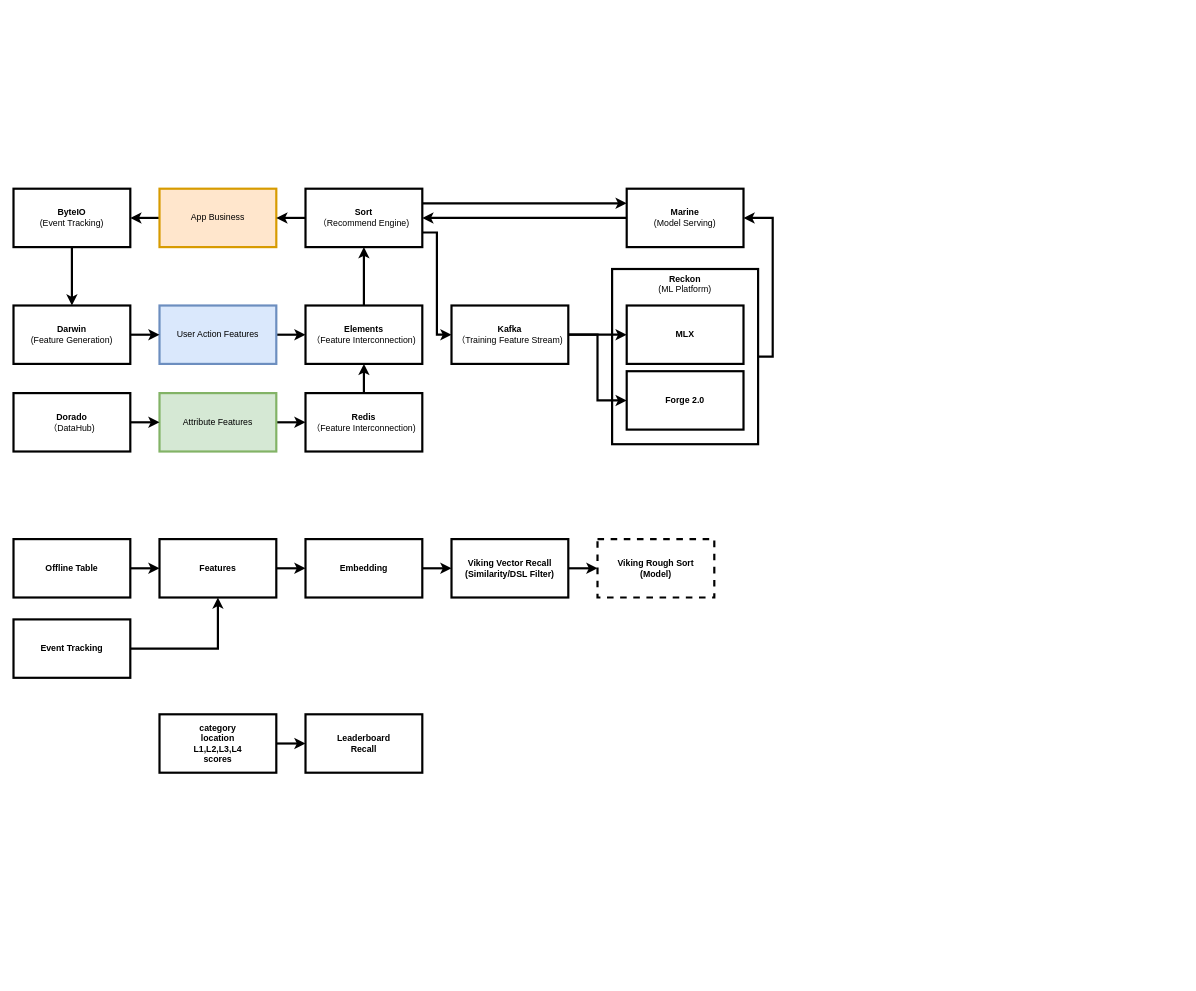
Above: product/RankStage.drawio in kleon1024/draw (draw.io), before the change. Source tidied: cells renumbered, new cells numbered last; positions are measured from the earlier drawing's top-left corner, leaving out a move shared by most shapes. Both pictures are drawn from the tidied source at 73%, with x=0, y=0 at pixel (13, 188).
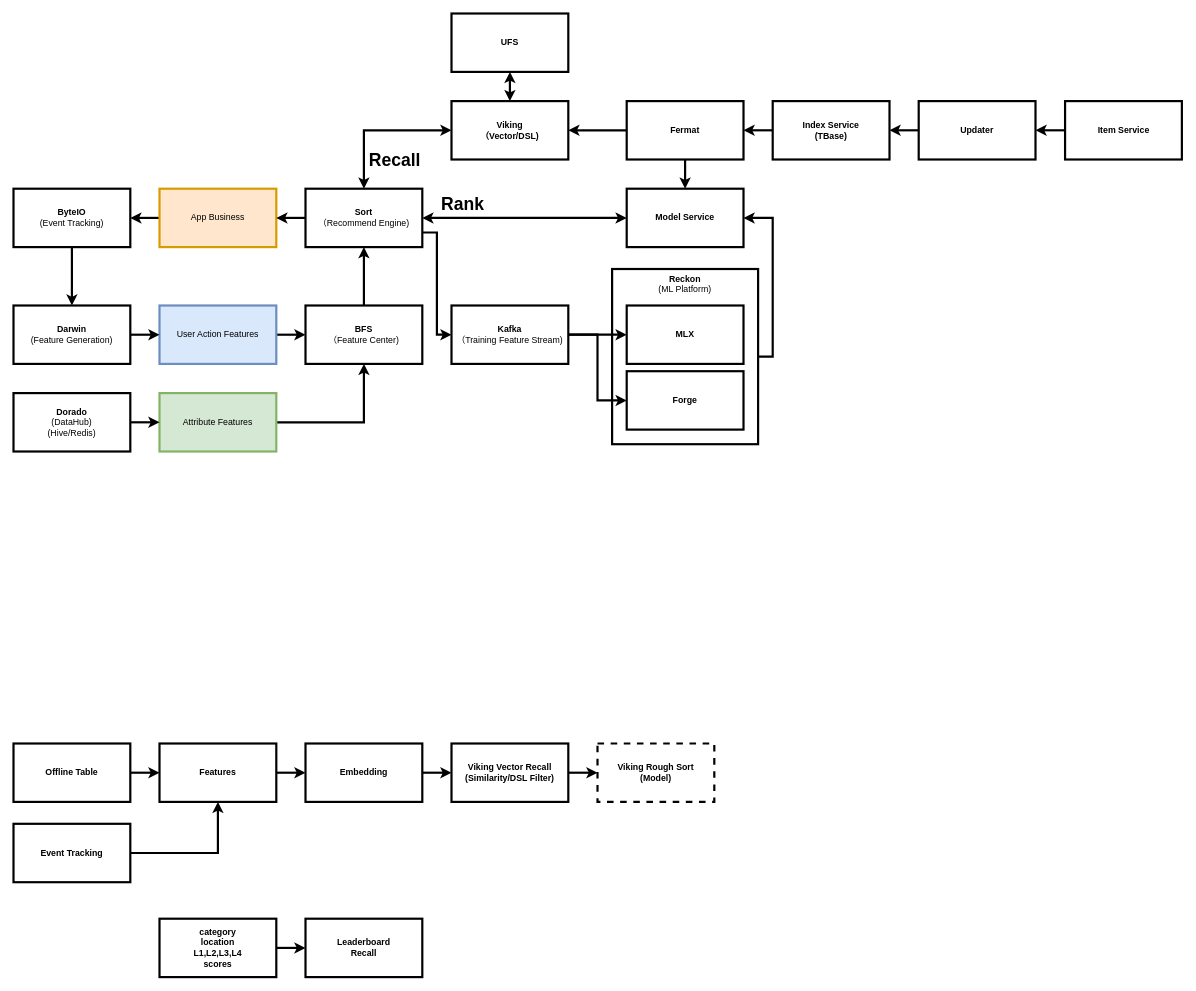
The same diagram, later.

Unchanged cells that the change refers to:
```xml
<mxCell id="2" style="group;" parent="1" vertex="1">
  <mxGeometry x="820" y="110" width="200" height="240" as="geometry" />
</mxCell>
<mxCell id="9" value="Attribute Features" style="rounded=0;whiteSpace=wrap;html=1;strokeWidth=3;fillColor=#d5e8d4;strokeColor=#82b366;" parent="1" vertex="1">
  <mxGeometry x="200" y="280" width="160" height="80" as="geometry" />
</mxCell>
<mxCell id="26" value="&lt;b&gt;Sort&lt;br&gt;&lt;/b&gt;（Recommend Engine)" style="rounded=0;whiteSpace=wrap;html=1;strokeWidth=3;" parent="1" vertex="1">
  <mxGeometry x="400" width="160" height="80" as="geometry" />
</mxCell>
<mxCell id="31" value="&lt;b&gt;Kafka&lt;br&gt;&lt;/b&gt;（Training Feature Stream)" style="rounded=0;whiteSpace=wrap;html=1;strokeWidth=3;" parent="1" vertex="1">
  <mxGeometry x="600" y="160" width="160" height="80" as="geometry" />
</mxCell>
```

Change to the diagram source:
```diff
@@
-    <mxCell id="5" value="&lt;b&gt;Forge 2.0&lt;/b&gt;" style="rounded=0;whiteSpace=wrap;html=1;strokeWidth=3;" parent="2" vertex="1">
+    <mxCell id="5" value="&lt;b&gt;Forge&lt;/b&gt;" style="rounded=0;whiteSpace=wrap;html=1;strokeWidth=3;" parent="2" vertex="1">
       <mxGeometry x="20" y="140" width="160" height="80" as="geometry" />
     </mxCell>
@@
-    <mxCell id="8" style="edgeStyle=orthogonalEdgeStyle;rounded=0;jettySize=auto;html=1;exitX=1;exitY=0.5;exitDx=0;exitDy=0;strokeWidth=3;fontColor=default;" parent="1" edge="1" source="9" target="28">
-      <mxGeometry relative="1" as="geometry" />
-    </mxCell>
+    <mxCell id="46" style="edgeStyle=orthogonalEdgeStyle;rounded=0;jettySize=auto;html=1;exitX=1;exitY=0.5;exitDx=0;exitDy=0;strokeWidth=3;fontSize=24;fontColor=default;startArrow=none;startFill=0;" parent="1" edge="1" source="9" target="15">
+      <mxGeometry relative="1" as="geometry" />
+    </mxCell>
@@
-    <mxCell id="15" value="&lt;b&gt;Elements&lt;/b&gt;&lt;br&gt;（Feature Interconnection)" style="rounded=0;whiteSpace=wrap;html=1;strokeWidth=3;" parent="1" vertex="1">
+    <mxCell id="15" value="&lt;b&gt;BFS&lt;/b&gt;&lt;br&gt;（Feature Center)" style="rounded=0;whiteSpace=wrap;html=1;strokeWidth=3;" parent="1" vertex="1">
       <mxGeometry x="400" y="160" width="160" height="80" as="geometry" />
     </mxCell>
@@
-    <mxCell id="17" value="&lt;b&gt;Dorado&lt;/b&gt;&lt;br&gt;（DataHub)" style="rounded=0;whiteSpace=wrap;html=1;strokeWidth=3;" parent="1" vertex="1">
+    <mxCell id="17" value="&lt;b&gt;Dorado&lt;/b&gt;&lt;br&gt;(DataHub)&lt;br&gt;(Hive/Redis)" style="rounded=0;whiteSpace=wrap;html=1;strokeWidth=3;align=center;" parent="1" vertex="1">
       <mxGeometry y="280" width="160" height="80" as="geometry" />
     </mxCell>
-    <mxCell id="18" style="edgeStyle=orthogonalEdgeStyle;rounded=0;jettySize=auto;html=1;exitX=0;exitY=0.5;exitDx=0;exitDy=0;entryX=1;entryY=0.5;entryDx=0;entryDy=0;strokeWidth=3;fontColor=default;" parent="1" edge="1" source="19" target="26">
-      <mxGeometry relative="1" as="geometry" />
-    </mxCell>
-    <mxCell id="19" value="&lt;b&gt;Marine&lt;br&gt;&lt;/b&gt;(Model Serving)" style="rounded=0;whiteSpace=wrap;html=1;strokeWidth=3;" parent="1" vertex="1">
+    <mxCell id="19" value="&lt;b&gt;Model Service&lt;/b&gt;" style="rounded=0;whiteSpace=wrap;html=1;strokeWidth=3;" parent="1" vertex="1">
       <mxGeometry x="840" width="160" height="80" as="geometry" />
     </mxCell>
@@
+    <mxCell id="25" style="edgeStyle=orthogonalEdgeStyle;rounded=0;jettySize=auto;html=1;exitX=1;exitY=0.75;exitDx=0;exitDy=0;strokeWidth=3;fontColor=default;startArrow=none;startFill=0;entryX=0;entryY=0.5;entryDx=0;entryDy=0;" parent="1" edge="1" source="26" target="31">
+      <mxGeometry relative="1" as="geometry" />
+    </mxCell>
-    <mxCell id="24" style="edgeStyle=orthogonalEdgeStyle;rounded=0;jettySize=auto;html=1;exitX=1;exitY=0.25;exitDx=0;exitDy=0;entryX=0;entryY=0.25;entryDx=0;entryDy=0;strokeWidth=3;fontColor=default;" parent="1" edge="1" source="26" target="19">
+    <mxCell id="24" style="edgeStyle=orthogonalEdgeStyle;rounded=0;jettySize=auto;html=1;exitX=1;exitY=0.5;exitDx=0;exitDy=0;strokeWidth=3;fontColor=default;startArrow=classic;startFill=1;" parent="1" edge="1" source="26" target="19">
       <mxGeometry relative="1" as="geometry" />
     </mxCell>
-    <mxCell id="25" style="edgeStyle=orthogonalEdgeStyle;rounded=0;jettySize=auto;html=1;exitX=1;exitY=0.75;exitDx=0;exitDy=0;entryX=0;entryY=0.5;entryDx=0;entryDy=0;strokeWidth=3;fontColor=default;" parent="1" edge="1" source="26" target="31">
-      <mxGeometry relative="1" as="geometry" />
-    </mxCell>
+    <mxCell id="47" value="Rank" style="edgeLabel;html=1;align=center;verticalAlign=middle;fontColor=default;fontSize=24;fontStyle=1;" parent="24" vertex="1">
+      <mxGeometry x="-0.16" relative="1" as="geometry">
+        <mxPoint x="-64" y="-20" as="offset" />
+      </mxGeometry>
+    </mxCell>
+    <mxCell id="48" style="edgeStyle=orthogonalEdgeStyle;rounded=0;jettySize=auto;html=1;exitX=0.5;exitY=0;exitDx=0;exitDy=0;entryX=0;entryY=0.5;entryDx=0;entryDy=0;strokeWidth=3;fontColor=default;startArrow=classic;startFill=1;" parent="1" edge="1" source="26" target="51">
+      <mxGeometry relative="1" as="geometry" />
+    </mxCell>
+    <mxCell id="49" value="Recall" style="edgeLabel;html=1;align=center;verticalAlign=middle;fontColor=default;fontStyle=1;fontSize=24;" parent="48" vertex="1">
+      <mxGeometry x="-0.02" y="2" relative="1" as="geometry">
+        <mxPoint x="23" y="42" as="offset" />
+      </mxGeometry>
+    </mxCell>
@@
-    <mxCell id="27" style="edgeStyle=orthogonalEdgeStyle;rounded=0;jettySize=auto;html=1;exitX=0.5;exitY=0;exitDx=0;exitDy=0;strokeWidth=3;fontColor=default;" parent="1" edge="1" source="28" target="15">
-      <mxGeometry relative="1" as="geometry" />
-    </mxCell>
-    <mxCell id="28" value="&lt;b&gt;Redis&lt;br&gt;&lt;/b&gt;（Feature Interconnection)" style="rounded=0;whiteSpace=wrap;html=1;strokeWidth=3;" parent="1" vertex="1">
-      <mxGeometry x="400" y="280" width="160" height="80" as="geometry" />
-    </mxCell>
@@
     <mxCell id="33" value="&lt;b&gt;Features&lt;/b&gt;" style="rounded=0;whiteSpace=wrap;html=1;strokeWidth=3;" parent="1" vertex="1">
-      <mxGeometry x="200" y="480" width="160" height="80" as="geometry" />
+      <mxGeometry x="200" y="760" width="160" height="80" as="geometry" />
     </mxCell>
@@
     <mxCell id="35" value="&lt;b&gt;Viking Vector Recall&lt;br&gt;(Similarity/DSL Filter)&lt;br&gt;&lt;/b&gt;" style="rounded=0;whiteSpace=wrap;html=1;strokeWidth=3;" parent="1" vertex="1">
-      <mxGeometry x="600" y="480" width="160" height="80" as="geometry" />
+      <mxGeometry x="600" y="760" width="160" height="80" as="geometry" />
     </mxCell>
@@
     <mxCell id="37" value="&lt;b&gt;Embedding&lt;/b&gt;" style="rounded=0;whiteSpace=wrap;html=1;strokeWidth=3;" parent="1" vertex="1">
-      <mxGeometry x="400" y="480" width="160" height="80" as="geometry" />
+      <mxGeometry x="400" y="760" width="160" height="80" as="geometry" />
     </mxCell>
@@
     <mxCell id="39" value="&lt;b&gt;Offline Table&lt;/b&gt;" style="rounded=0;whiteSpace=wrap;html=1;strokeWidth=3;" parent="1" vertex="1">
-      <mxGeometry y="480" width="160" height="80" as="geometry" />
+      <mxGeometry y="760" width="160" height="80" as="geometry" />
     </mxCell>
@@
     <mxCell id="41" value="&lt;b&gt;Event Tracking&lt;/b&gt;" style="rounded=0;whiteSpace=wrap;html=1;strokeWidth=3;" parent="1" vertex="1">
-      <mxGeometry y="590" width="160" height="80" as="geometry" />
+      <mxGeometry y="870" width="160" height="80" as="geometry" />
     </mxCell>
     <mxCell id="42" value="&lt;b&gt;Viking Rough Sort&lt;br&gt;(Model)&lt;br&gt;&lt;/b&gt;" style="rounded=0;whiteSpace=wrap;html=1;strokeWidth=3;dashed=1;" parent="1" vertex="1">
-      <mxGeometry x="800" y="480" width="160" height="80" as="geometry" />
+      <mxGeometry x="800" y="760" width="160" height="80" as="geometry" />
     </mxCell>
     <mxCell id="43" value="&lt;b&gt;Leaderboard&lt;br&gt;Recall&lt;br&gt;&lt;/b&gt;" style="rounded=0;whiteSpace=wrap;html=1;strokeWidth=3;" parent="1" vertex="1">
-      <mxGeometry x="400" y="720" width="160" height="80" as="geometry" />
+      <mxGeometry x="400" y="1000" width="160" height="80" as="geometry" />
     </mxCell>
@@
     <mxCell id="45" value="&lt;b&gt;category&lt;br&gt;location&lt;br&gt;L1,L2,L3,L4&lt;br&gt;scores&lt;/b&gt;" style="rounded=0;whiteSpace=wrap;html=1;strokeWidth=3;" parent="1" vertex="1">
-      <mxGeometry x="200" y="720" width="160" height="80" as="geometry" />
+      <mxGeometry x="200" y="1000" width="160" height="80" as="geometry" />
     </mxCell>
+    <mxCell id="50" style="edgeStyle=orthogonalEdgeStyle;rounded=0;jettySize=auto;html=1;exitX=0.5;exitY=0;exitDx=0;exitDy=0;strokeWidth=3;fontColor=default;startArrow=classic;startFill=1;" parent="1" edge="1" source="51" target="57">
+      <mxGeometry relative="1" as="geometry" />
+    </mxCell>
+    <mxCell id="51" value="&lt;b&gt;Viking&lt;br&gt;（Vector/DSL)&lt;br&gt;&lt;/b&gt;" style="rounded=0;whiteSpace=wrap;html=1;strokeWidth=3;" parent="1" vertex="1">
+      <mxGeometry x="600" y="-120" width="160" height="80" as="geometry" />
+    </mxCell>
+    <mxCell id="52" style="edgeStyle=orthogonalEdgeStyle;rounded=0;jettySize=auto;html=1;exitX=0.5;exitY=1;exitDx=0;exitDy=0;entryX=0.5;entryY=0;entryDx=0;entryDy=0;strokeWidth=3;fontColor=default;startArrow=none;startFill=0;" parent="1" edge="1" source="54" target="19">
+      <mxGeometry relative="1" as="geometry" />
+    </mxCell>
+    <mxCell id="53" style="edgeStyle=orthogonalEdgeStyle;rounded=0;jettySize=auto;html=1;exitX=0;exitY=0.5;exitDx=0;exitDy=0;strokeWidth=3;fontColor=default;startArrow=none;startFill=0;" parent="1" edge="1" source="54" target="51">
+      <mxGeometry relative="1" as="geometry" />
+    </mxCell>
+    <mxCell id="54" value="&lt;b&gt;Fermat&lt;br&gt;&lt;/b&gt;" style="rounded=0;whiteSpace=wrap;html=1;strokeWidth=3;" parent="1" vertex="1">
+      <mxGeometry x="840" y="-120" width="160" height="80" as="geometry" />
+    </mxCell>
+    <mxCell id="55" style="edgeStyle=orthogonalEdgeStyle;rounded=0;jettySize=auto;html=1;exitX=0;exitY=0.5;exitDx=0;exitDy=0;entryX=1;entryY=0.5;entryDx=0;entryDy=0;strokeWidth=3;fontColor=default;startArrow=none;startFill=0;" parent="1" edge="1" source="56" target="54">
+      <mxGeometry relative="1" as="geometry" />
+    </mxCell>
+    <mxCell id="56" value="&lt;b&gt;Index Service&lt;br&gt;(TBase)&lt;br&gt;&lt;/b&gt;" style="rounded=0;whiteSpace=wrap;html=1;strokeWidth=3;" parent="1" vertex="1">
+      <mxGeometry x="1040" y="-120" width="160" height="80" as="geometry" />
+    </mxCell>
+    <mxCell id="57" value="&lt;b&gt;UFS&lt;br&gt;&lt;/b&gt;" style="rounded=0;whiteSpace=wrap;html=1;strokeWidth=3;" parent="1" vertex="1">
+      <mxGeometry x="600" y="-240" width="160" height="80" as="geometry" />
+    </mxCell>
+    <mxCell id="58" style="edgeStyle=orthogonalEdgeStyle;rounded=0;jettySize=auto;html=1;exitX=0;exitY=0.5;exitDx=0;exitDy=0;strokeWidth=3;fontColor=default;startArrow=none;startFill=0;" parent="1" edge="1" source="59" target="56">
+      <mxGeometry relative="1" as="geometry" />
+    </mxCell>
+    <mxCell id="59" value="&lt;b&gt;Updater&lt;br&gt;&lt;/b&gt;" style="rounded=0;whiteSpace=wrap;html=1;strokeWidth=3;" parent="1" vertex="1">
+      <mxGeometry x="1240" y="-120" width="160" height="80" as="geometry" />
+    </mxCell>
+    <mxCell id="60" style="edgeStyle=orthogonalEdgeStyle;rounded=0;jettySize=auto;html=1;exitX=0;exitY=0.5;exitDx=0;exitDy=0;entryX=1;entryY=0.5;entryDx=0;entryDy=0;strokeWidth=3;fontColor=default;startArrow=none;startFill=0;" parent="1" edge="1" source="61" target="59">
+      <mxGeometry relative="1" as="geometry" />
+    </mxCell>
+    <mxCell id="61" value="&lt;b&gt;Item Service&lt;br&gt;&lt;/b&gt;" style="rounded=0;whiteSpace=wrap;html=1;strokeWidth=3;" parent="1" vertex="1">
+      <mxGeometry x="1440.5" y="-120" width="160" height="80" as="geometry" />
+    </mxCell>
```
